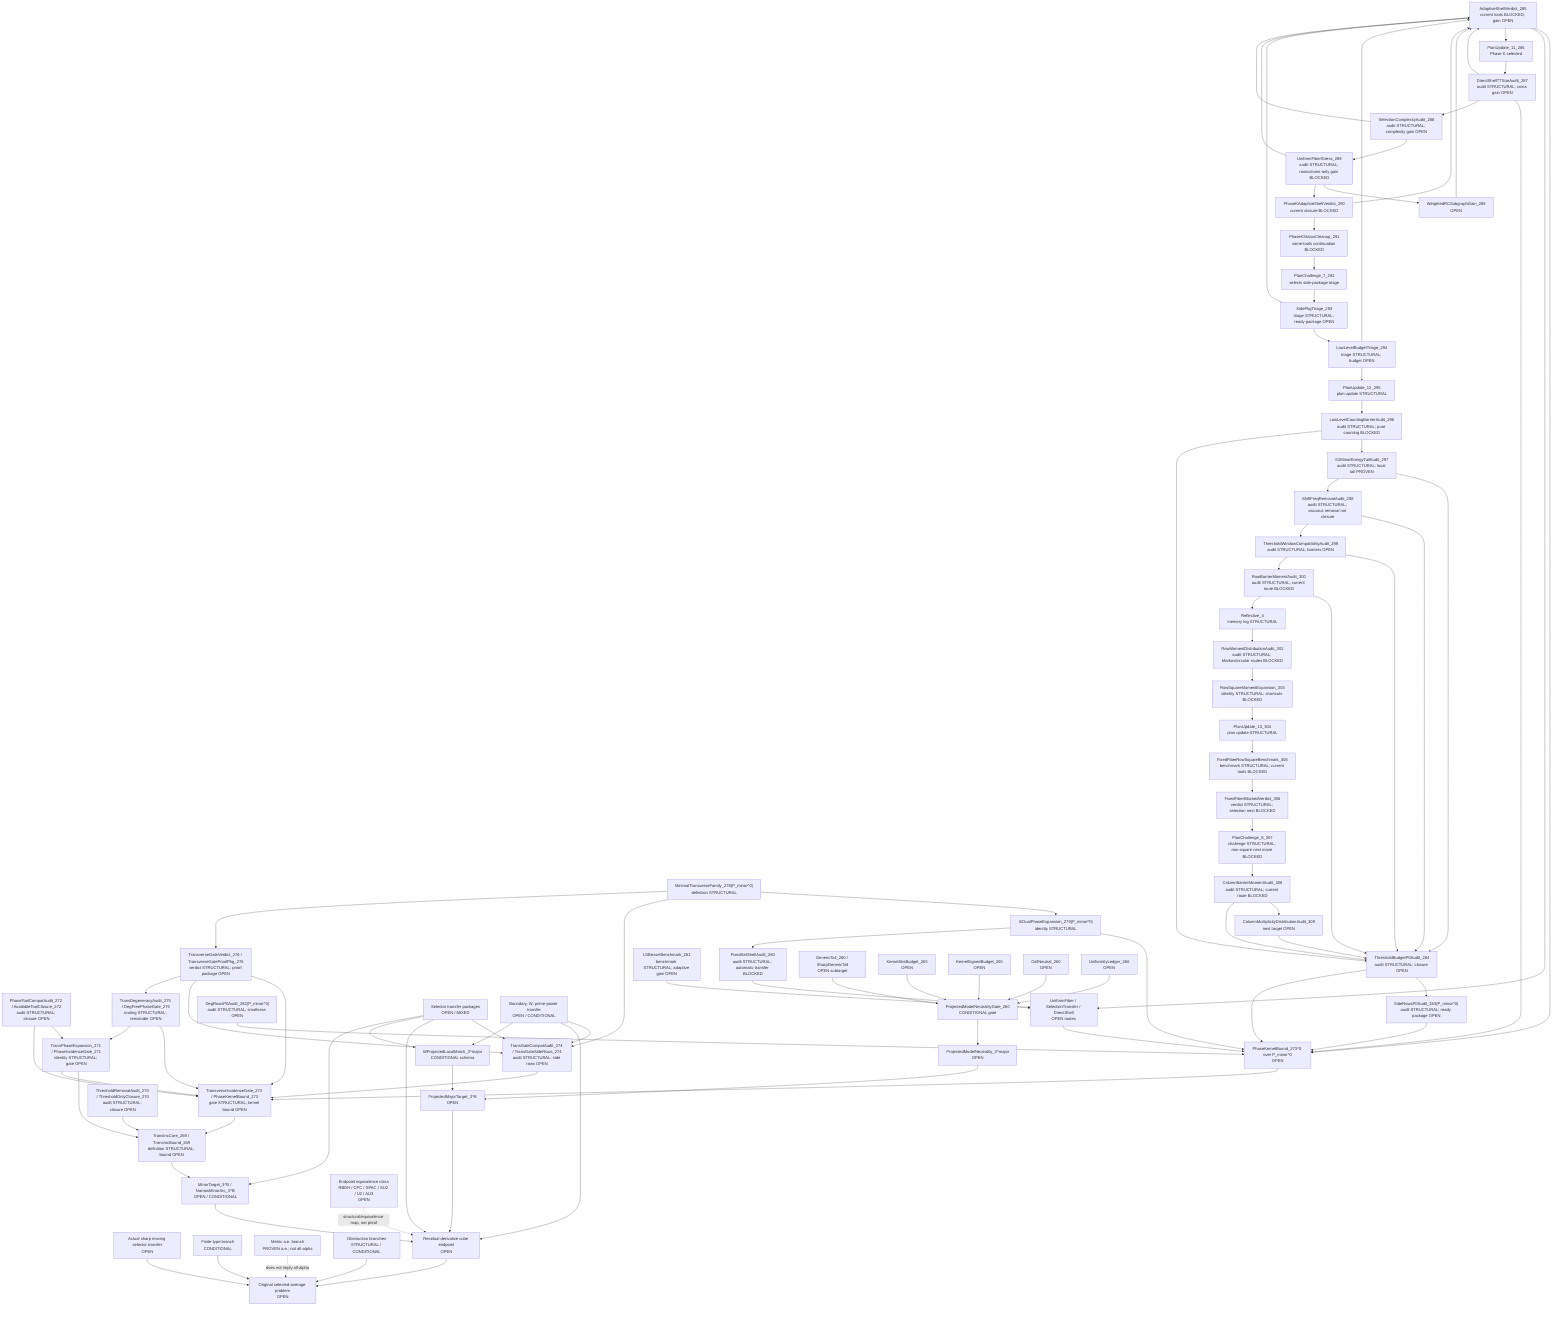
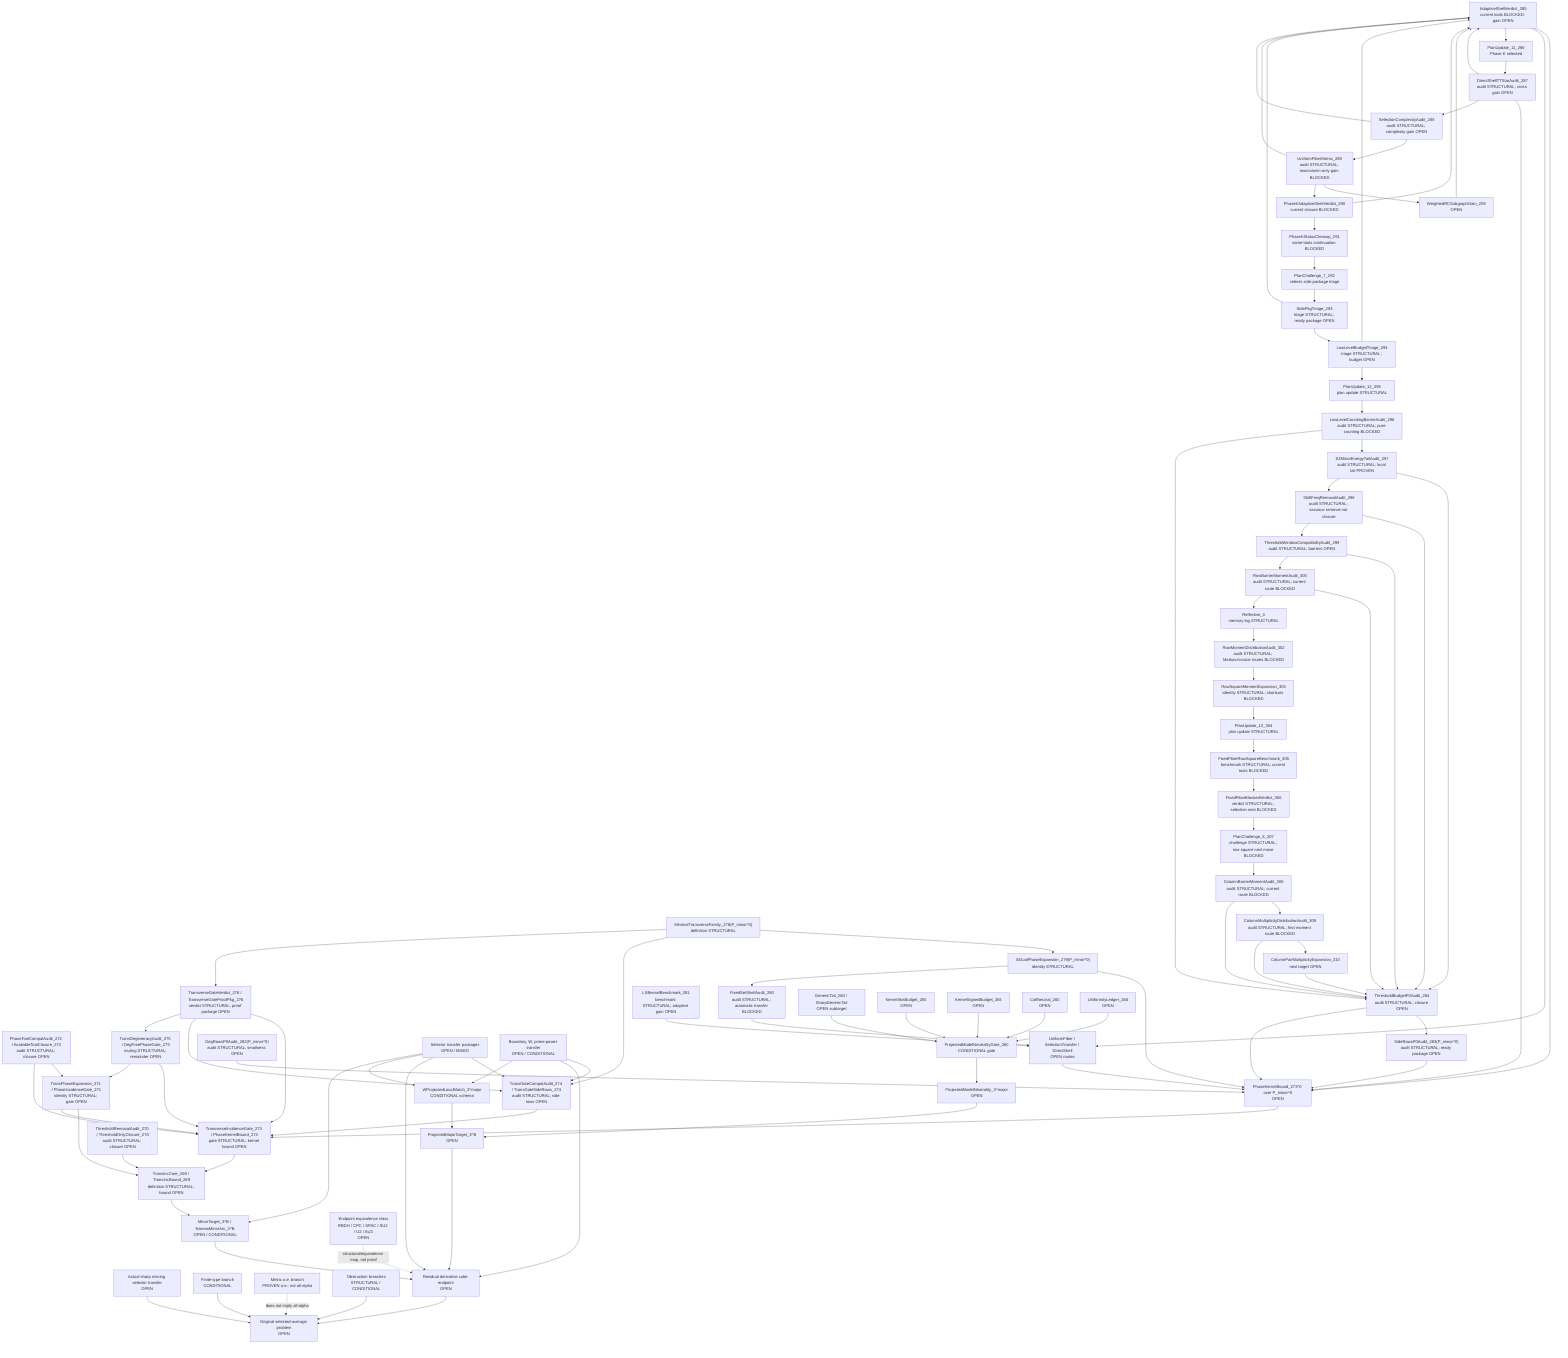
flowchart TD
  Original["Original selected-average problem<br/>OPEN"]
  SharpSel["Actual sharp moving selector transfer<br/>OPEN"]
  FiniteType["Finite-type branch<br/>CONDITIONAL"]
  Metric["Metric a.e. branch<br/>PROVEN a.e.; not all-alpha"]
  Obstruction["Obstruction branches<br/>STRUCTURAL / CONDITIONAL"]

  ResCube["Residual derivative cube endpoint<br/>OPEN"]
  MajorTarget["ProjectedMajorTarget_3^B<br/>OPEN"]
  MinorTarget["MinorTarget_3^B / NarrowMinorArc_3^B<br/>OPEN / CONDITIONAL"]
  TransInc["TransIncCore_269 / TransIncBound_269<br/>definition STRUCTURAL; bound OPEN"]
  ThresholdAudit["ThresholdRemovalAudit_270 / ThresholdOnlyClosure_270<br/>audit STRUCTURAL; closure OPEN"]
  PhaseExpansion["TransPhaseExpansion_271 / PhaseIncidenceGate_271<br/>identity STRUCTURAL; gate OPEN"]
  ToolCompat["PhaseToolCompatAudit_272 / AvailableToolClosure_272<br/>audit STRUCTURAL; closure OPEN"]
  TransGate["TransverseIncidenceGate_273 / PhaseKernelBound_273<br/>gate STRUCTURAL; kernel bound OPEN"]
  TransGateCompat["TransGateCompatAudit_274 / TransGateSideRows_274<br/>audit STRUCTURAL; side rows OPEN"]
  DegAudit["TransDegeneracyAudit_275 / DegFreePhaseGate_275<br/>routing STRUCTURAL; remainder OPEN"]
  TransVerdict["TransverseGateVerdict_276 / TransverseGateProofPkg_276<br/>verdict STRUCTURAL; proof package OPEN"]
  MinTransFamily["MinimalTransverseFamily_278(P_minor^0)<br/>definition STRUCTURAL"]
  XiExpansion["XiDualPhaseExpansion_279(P_minor^0)<br/>identity STRUCTURAL"]
  FixedShellAudit["FixedSetShellAudit_280<br/>audit STRUCTURAL; automatic transfer BLOCKED"]
  FixedShellTransfer["UniformFiber / SelectionTransfer / DirectShell<br/>OPEN routes"]
  LSBesselBench["LSBesselBenchmark_281<br/>benchmark STRUCTURAL; adaptive gain OPEN"]
  DegRowsP0["DegRowsP0Audit_282(P_minor^0)<br/>audit STRUCTURAL; smallness OPEN"]
  SideRowsP0["SideRowsP0Audit_283(P_minor^0)<br/>audit STRUCTURAL; ready package OPEN"]
  ThresholdP0["ThresholdBudgetP0Audit_284<br/>audit STRUCTURAL; closure OPEN"]
  AdaptiveShellP0["AdaptiveShellVerdict_285<br/>current tools BLOCKED; gain OPEN"]
  PlanUpdate11["PlanUpdate_11_286<br/>Phase K selected"]
  DirectTTStar["DirectShellTTStarAudit_287<br/>audit STRUCTURAL; cross gain OPEN"]
  SelectionComplexity["SelectionComplexityAudit_288<br/>audit STRUCTURAL; complexity gain OPEN"]
  UniformFiberStress["UniformFiberStress_289<br/>audit STRUCTURAL; row/column-only gain BLOCKED"]
  WeightedRCSubgraph["WeightedRCSubgraphGain_289<br/>OPEN"]
  AdaptiveVerdict290["PhaseKAdaptiveShellVerdict_290<br/>current closure BLOCKED"]
  PhaseKCleanup291["PhaseKStatusCleanup_291<br/>same-tools continuation BLOCKED"]
  PlanChallenge7["PlanChallenge_7_292<br/>selects side-package triage"]
  SidePkgTriage293["SidePkgTriage_293<br/>triage STRUCTURAL; ready package OPEN"]
  LowLevelTriage294["LowLevelBudgetTriage_294<br/>triage STRUCTURAL; budget OPEN"]
  PlanUpdate12["PlanUpdate_12_295<br/>plan update STRUCTURAL"]
  LowLevelBarrier296["LowLevelCountingBarrierAudit_296<br/>audit STRUCTURAL; pure counting BLOCKED"]
  E2Tail297["E2MinorEnergyTailAudit_297<br/>audit STRUCTURAL; local tail PROVEN"]
  ShiftFreq298["ShiftFreqRemovalAudit_298<br/>audit STRUCTURAL; vacuous removal not closure"]
  ThresholdWindow299["ThresholdWindowCompatibilityAudit_299<br/>audit STRUCTURAL; barriers OPEN"]
  RowBarrier300["RowBarrierMomentAudit_300<br/>audit STRUCTURAL; current route BLOCKED"]
  Reflective4["Reflective_4<br/>memory log STRUCTURAL"]
  RowMoment302["RowMomentDistributionAudit_302<br/>audit STRUCTURAL; Markov/circular routes BLOCKED"]
  RowSquare303["RowSquareMomentExpansion_303<br/>identity STRUCTURAL; shortcuts BLOCKED"]
  PlanUpdate13["PlanUpdate_13_304<br/>plan update STRUCTURAL"]
  FixedFiber305["FixedFiberRowSquareBenchmark_305<br/>benchmark STRUCTURAL; current tools BLOCKED"]
  FixedFiber306["FixedFiberBlockedVerdict_306<br/>verdict STRUCTURAL; selection next BLOCKED"]
  PlanChallenge8["PlanChallenge_8_307<br/>challenge STRUCTURAL; row-square next move BLOCKED"]
  ColumnBarrier308["ColumnBarrierMomentAudit_308<br/>audit STRUCTURAL; current route BLOCKED"]
-   ColumnDist309["ColumnMultiplicityDistributionAudit_309<br/>next target OPEN"]
+   ColumnDist309["ColumnMultiplicityDistributionAudit_309<br/>audit STRUCTURAL; first-moment route BLOCKED"]
+   ColumnPair310["ColumnPairMultiplicityExpansion_310<br/>next target OPEN"]
  PhaseKernel0["PhaseKernelBound_273^0 over P_minor^0<br/>OPEN"]
  SelectorTransfer["Selector transfer packages<br/>OPEN / MIXED"]
  BoundaryTransfer["Boundary, W, prime-power transfer<br/>OPEN / CONDITIONAL"]

  WLocal["WProjectedLocalMatch_3^major<br/>CONDITIONAL schema"]
  ModelNeutral["ProjectedModelNeutrality_3^major<br/>OPEN"]
  PMNGate["ProjectedModelNeutralityGate_260<br/>CONDITIONAL gate"]
  GenericTail["GenericTail_260 / SharpGenericTail<br/>OPEN subtarget"]
  KernelAbs["KernelAbsBudget_265<br/>OPEN"]
  KernelSigned["KernelSignedBudget_265<br/>OPEN"]
  CollNeutral["CollNeutral_260<br/>OPEN"]
  Uniformity["UniformityLedger_266<br/>OPEN"]

  EndpointClass["Endpoint equivalence class<br/>RBDH / CPC / SPAC / SU2 / U2 / AU3<br/>OPEN"]

  SharpSel --> Original
  FiniteType --> Original
  Obstruction --> Original
  ResCube --> Original
  Metric -. "does not imply all-alpha" .-> Original

  MajorTarget --> ResCube
  MinorTarget --> ResCube
  TransInc --> MinorTarget
  ThresholdAudit --> TransInc
  PhaseExpansion --> TransInc
  ToolCompat --> PhaseExpansion
  TransGate --> TransInc
  PhaseExpansion --> TransGate
  ToolCompat --> TransGate
  TransGateCompat --> TransGate
  SelectorTransfer --> TransGateCompat
  BoundaryTransfer --> TransGateCompat
  DegAudit --> TransGate
  DegAudit --> PhaseExpansion
  TransVerdict --> TransGate
  TransVerdict --> TransGateCompat
  TransVerdict --> DegAudit
  PhaseKernel0 --> TransGate
  MinTransFamily --> XiExpansion
  XiExpansion --> PhaseKernel0
  XiExpansion --> FixedShellAudit
  FixedShellAudit --> FixedShellTransfer
  FixedShellTransfer --> PhaseKernel0
  LSBesselBench --> FixedShellTransfer
  DegRowsP0 --> PhaseKernel0
  SideRowsP0 --> PhaseKernel0
  ThresholdP0 --> SideRowsP0
  ThresholdP0 --> PhaseKernel0
  AdaptiveShellP0 --> PhaseKernel0
  AdaptiveShellP0 --> FixedShellTransfer
  AdaptiveShellP0 --> PlanUpdate11
  PlanUpdate11 --> DirectTTStar
  DirectTTStar --> AdaptiveShellP0
  DirectTTStar --> PhaseKernel0
  DirectTTStar --> SelectionComplexity
  SelectionComplexity --> UniformFiberStress
  SelectionComplexity --> AdaptiveShellP0
  UniformFiberStress --> WeightedRCSubgraph
  WeightedRCSubgraph --> AdaptiveShellP0
  UniformFiberStress --> AdaptiveVerdict290
  UniformFiberStress --> AdaptiveShellP0
  AdaptiveVerdict290 --> AdaptiveShellP0
  AdaptiveVerdict290 --> PhaseKCleanup291
  PhaseKCleanup291 --> PlanChallenge7
  PlanChallenge7 --> SidePkgTriage293
  SidePkgTriage293 --> LowLevelTriage294
  SidePkgTriage293 --> AdaptiveShellP0
  LowLevelTriage294 --> AdaptiveShellP0
  LowLevelTriage294 --> PlanUpdate12
  PlanUpdate12 --> LowLevelBarrier296
  LowLevelBarrier296 --> E2Tail297
  LowLevelBarrier296 --> ThresholdP0
  E2Tail297 --> ThresholdP0
  E2Tail297 --> ShiftFreq298
  ShiftFreq298 --> ThresholdP0
  ShiftFreq298 --> ThresholdWindow299
  ThresholdWindow299 --> ThresholdP0
  ThresholdWindow299 --> RowBarrier300
  RowBarrier300 --> ThresholdP0
  RowBarrier300 --> Reflective4
  Reflective4 --> RowMoment302
  RowMoment302 --> RowSquare303
  RowSquare303 --> PlanUpdate13
  PlanUpdate13 --> FixedFiber305
  FixedFiber305 --> FixedFiber306
  FixedFiber306 --> PlanChallenge8
  PlanChallenge8 --> ColumnBarrier308
  ColumnBarrier308 --> ColumnDist309
+   ColumnDist309 --> ColumnPair310
+   ColumnPair310 --> ThresholdP0
  ColumnDist309 --> ThresholdP0
  ColumnBarrier308 --> ThresholdP0
  MinTransFamily --> TransGateCompat
  MinTransFamily --> TransVerdict
  SelectorTransfer --> ResCube
  BoundaryTransfer --> ResCube
  EndpointClass -. "structural/equivalence map, not proof" .-> ResCube

  WLocal --> MajorTarget
  ModelNeutral --> MajorTarget

  PMNGate --> ModelNeutral
  GenericTail --> PMNGate
  KernelAbs --> PMNGate
  KernelSigned --> PMNGate
  CollNeutral --> PMNGate
  Uniformity --> PMNGate

  BoundaryTransfer --> WLocal
  SelectorTransfer --> WLocal
  SelectorTransfer --> MinorTarget
